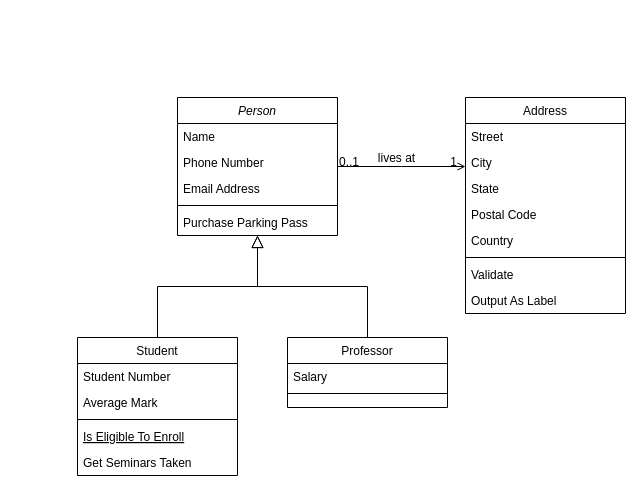
The draw.io diagram Untitled Diagram.drawio in naav97/notas, before the edit. Source tidied: cells renumbered, new cells numbered last; positions are measured from the earlier drawing's top-left corner, leaving out a move shared by most shapes. Both pictures are drawn from the tidied source at 100%, with x=0, y=0 at pixel (77, 97).
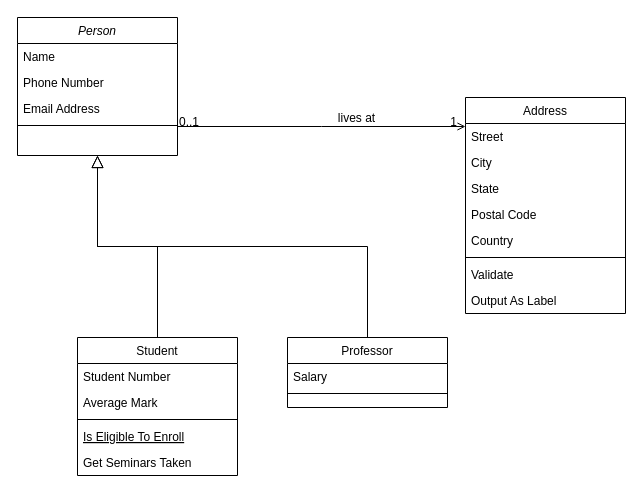
The same page after the edit.

The edit, as a diff of the source:
```diff
@@
     <mxCell id="2" value="Person" style="swimlane;fontStyle=2;align=center;verticalAlign=top;horizontal=1;startSize=26;rounded=0;shadow=0;strokeWidth=1;" parent="1" vertex="1">
-      <mxGeometry x="100" width="160" height="138" as="geometry" />
+      <mxGeometry x="-60" y="-80" width="160" height="138" as="geometry" />
     </mxCell>
@@
-    <mxCell id="7" value="Purchase Parking Pass" style="text;align=left;verticalAlign=top;spacingLeft=4;spacingRight=4;overflow=hidden;" parent="2" vertex="1">
-      <mxGeometry y="112" width="160" height="26" as="geometry" />
-    </mxCell>
```
